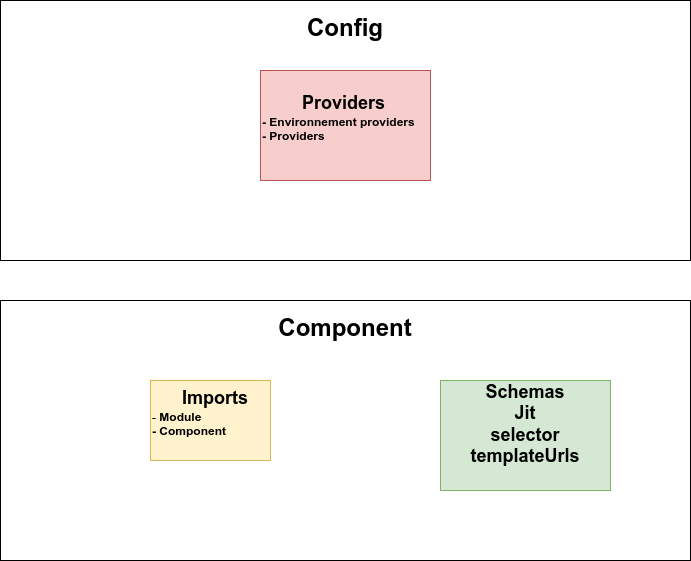
This is presentation/slides/images/standalone/standalone.png from fallainmat/atelier_angular, a draw.io export, as it was before one commit. Source tidied: cells renumbered, new cells last; positions are measured from the earlier drawing's top-left corner, leaving out a move shared by most shapes. Source of this version:
```xml
<mxGraphModel>
  <root>
    <mxCell id="0" />
    <mxCell id="1" parent="0" />
    <mxCell id="2" value="&lt;p style=&quot;line-height: 150%;&quot;&gt;&lt;span style=&quot;font-size: 24px;&quot;&gt;&lt;b&gt;Component&lt;/b&gt;&lt;/span&gt;&lt;/p&gt;" style="rounded=0;whiteSpace=wrap;html=1;verticalAlign=top;" parent="1" vertex="1">
      <mxGeometry y="300" width="690" height="260" as="geometry" />
    </mxCell>
    <mxCell id="3" value="&lt;p style=&quot;line-height: 150%;&quot;&gt;&lt;span style=&quot;font-size: 24px;&quot;&gt;&lt;b&gt;Config&lt;/b&gt;&lt;/span&gt;&lt;/p&gt;" style="rounded=0;whiteSpace=wrap;html=1;verticalAlign=top;" parent="1" vertex="1">
      <mxGeometry width="690" height="260" as="geometry" />
    </mxCell>
    <mxCell id="4" value="&lt;span style=&quot;font-size: 18px;&quot;&gt;&lt;b&gt;&amp;nbsp; &amp;nbsp; &amp;nbsp; Imports&lt;/b&gt;&lt;/span&gt;&lt;br&gt;&lt;div&gt;-&amp;nbsp;&lt;b&gt;Module&lt;/b&gt;&lt;/div&gt;&lt;div&gt;&lt;b&gt;- Component&lt;/b&gt;&lt;/div&gt;&lt;div&gt;&lt;br&gt;&lt;/div&gt;" style="rounded=0;whiteSpace=wrap;html=1;align=left;fillColor=#fff2cc;strokeColor=#d6b656;" parent="1" vertex="1">
      <mxGeometry x="150" y="380" width="120" height="80" as="geometry" />
    </mxCell>
    <mxCell id="5" value="&lt;span style=&quot;font-size: 18px;&quot;&gt;&lt;b&gt;&lt;span style=&quot;white-space: pre;&quot;&gt;&#9;&lt;/span&gt;Providers&lt;/b&gt;&lt;/span&gt;&lt;br&gt;&lt;div&gt;&lt;b&gt;- Environnement providers&lt;/b&gt;&lt;/div&gt;&lt;div&gt;&lt;b&gt;- Providers&lt;/b&gt;&lt;/div&gt;&lt;div&gt;&lt;br&gt;&lt;/div&gt;" style="rounded=0;whiteSpace=wrap;html=1;align=left;fillColor=#f8cecc;strokeColor=#b85450;" parent="1" vertex="1">
      <mxGeometry x="260" y="70" width="170" height="110" as="geometry" />
    </mxCell>
    <mxCell id="6" value="&lt;div&gt;&lt;span style=&quot;font-size: 18px;&quot;&gt;&lt;b&gt;Schemas&lt;/b&gt;&lt;/span&gt;&lt;/div&gt;&lt;div&gt;&lt;span style=&quot;font-size: 18px;&quot;&gt;&lt;b&gt;Jit&lt;/b&gt;&lt;/span&gt;&lt;/div&gt;&lt;div&gt;&lt;span style=&quot;font-size: 18px;&quot;&gt;&lt;b&gt;selector&lt;/b&gt;&lt;/span&gt;&lt;/div&gt;&lt;div&gt;&lt;span style=&quot;font-size: 18px;&quot;&gt;&lt;b&gt;templateUrls&lt;br&gt;&lt;br&gt;&lt;/b&gt;&lt;/span&gt;&lt;/div&gt;" style="rounded=0;whiteSpace=wrap;html=1;align=center;fillColor=#d5e8d4;strokeColor=#82b366;" parent="1" vertex="1">
      <mxGeometry x="440" y="380" width="170" height="110" as="geometry" />
    </mxCell>
  </root>
</mxGraphModel>
```
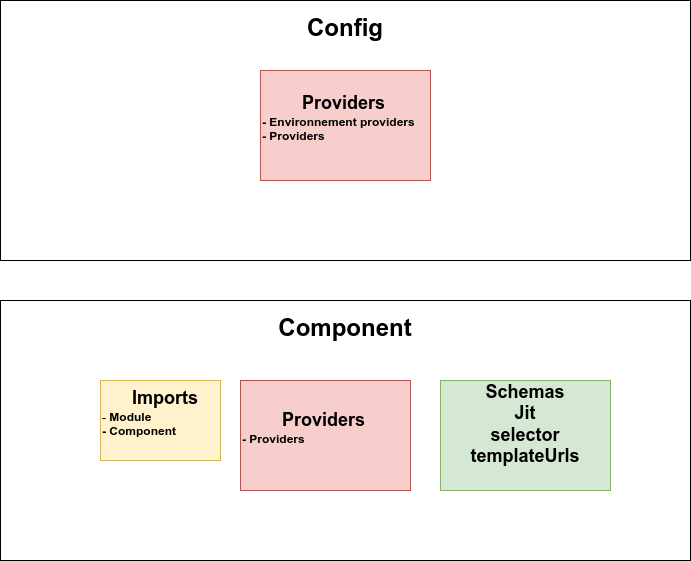
The same diagram one commit later.

Change to the diagram source:
```diff
@@ -9,7 +9,7 @@
       <mxGeometry width="690" height="260" as="geometry" />
     </mxCell>
     <mxCell id="4" value="&lt;span style=&quot;font-size: 18px;&quot;&gt;&lt;b&gt;&amp;nbsp; &amp;nbsp; &amp;nbsp; Imports&lt;/b&gt;&lt;/span&gt;&lt;br&gt;&lt;div&gt;-&amp;nbsp;&lt;b&gt;Module&lt;/b&gt;&lt;/div&gt;&lt;div&gt;&lt;b&gt;- Component&lt;/b&gt;&lt;/div&gt;&lt;div&gt;&lt;br&gt;&lt;/div&gt;" style="rounded=0;whiteSpace=wrap;html=1;align=left;fillColor=#fff2cc;strokeColor=#d6b656;" parent="1" vertex="1">
-      <mxGeometry x="150" y="380" width="120" height="80" as="geometry" />
+      <mxGeometry x="100" y="380" width="120" height="80" as="geometry" />
     </mxCell>
     <mxCell id="5" value="&lt;span style=&quot;font-size: 18px;&quot;&gt;&lt;b&gt;&lt;span style=&quot;white-space: pre;&quot;&gt;&#9;&lt;/span&gt;Providers&lt;/b&gt;&lt;/span&gt;&lt;br&gt;&lt;div&gt;&lt;b&gt;- Environnement providers&lt;/b&gt;&lt;/div&gt;&lt;div&gt;&lt;b&gt;- Providers&lt;/b&gt;&lt;/div&gt;&lt;div&gt;&lt;br&gt;&lt;/div&gt;" style="rounded=0;whiteSpace=wrap;html=1;align=left;fillColor=#f8cecc;strokeColor=#b85450;" parent="1" vertex="1">
       <mxGeometry x="260" y="70" width="170" height="110" as="geometry" />
@@ -17,5 +17,8 @@
     <mxCell id="6" value="&lt;div&gt;&lt;span style=&quot;font-size: 18px;&quot;&gt;&lt;b&gt;Schemas&lt;/b&gt;&lt;/span&gt;&lt;/div&gt;&lt;div&gt;&lt;span style=&quot;font-size: 18px;&quot;&gt;&lt;b&gt;Jit&lt;/b&gt;&lt;/span&gt;&lt;/div&gt;&lt;div&gt;&lt;span style=&quot;font-size: 18px;&quot;&gt;&lt;b&gt;selector&lt;/b&gt;&lt;/span&gt;&lt;/div&gt;&lt;div&gt;&lt;span style=&quot;font-size: 18px;&quot;&gt;&lt;b&gt;templateUrls&lt;br&gt;&lt;br&gt;&lt;/b&gt;&lt;/span&gt;&lt;/div&gt;" style="rounded=0;whiteSpace=wrap;html=1;align=center;fillColor=#d5e8d4;strokeColor=#82b366;" parent="1" vertex="1">
       <mxGeometry x="440" y="380" width="170" height="110" as="geometry" />
     </mxCell>
+    <mxCell id="7" value="&lt;span style=&quot;font-size: 18px;&quot;&gt;&lt;b&gt;&lt;span style=&quot;white-space: pre;&quot;&gt;&#9;&lt;/span&gt;Providers&lt;/b&gt;&lt;/span&gt;&lt;br&gt;&lt;div&gt;&lt;b style=&quot;background-color: initial;&quot;&gt;- Providers&lt;/b&gt;&lt;br&gt;&lt;/div&gt;&lt;div&gt;&lt;br&gt;&lt;/div&gt;" style="rounded=0;whiteSpace=wrap;html=1;align=left;fillColor=#f8cecc;strokeColor=#b85450;" parent="1" vertex="1">
+      <mxGeometry x="240" y="380" width="170" height="110" as="geometry" />
+    </mxCell>
   </root>
 </mxGraphModel>
```
